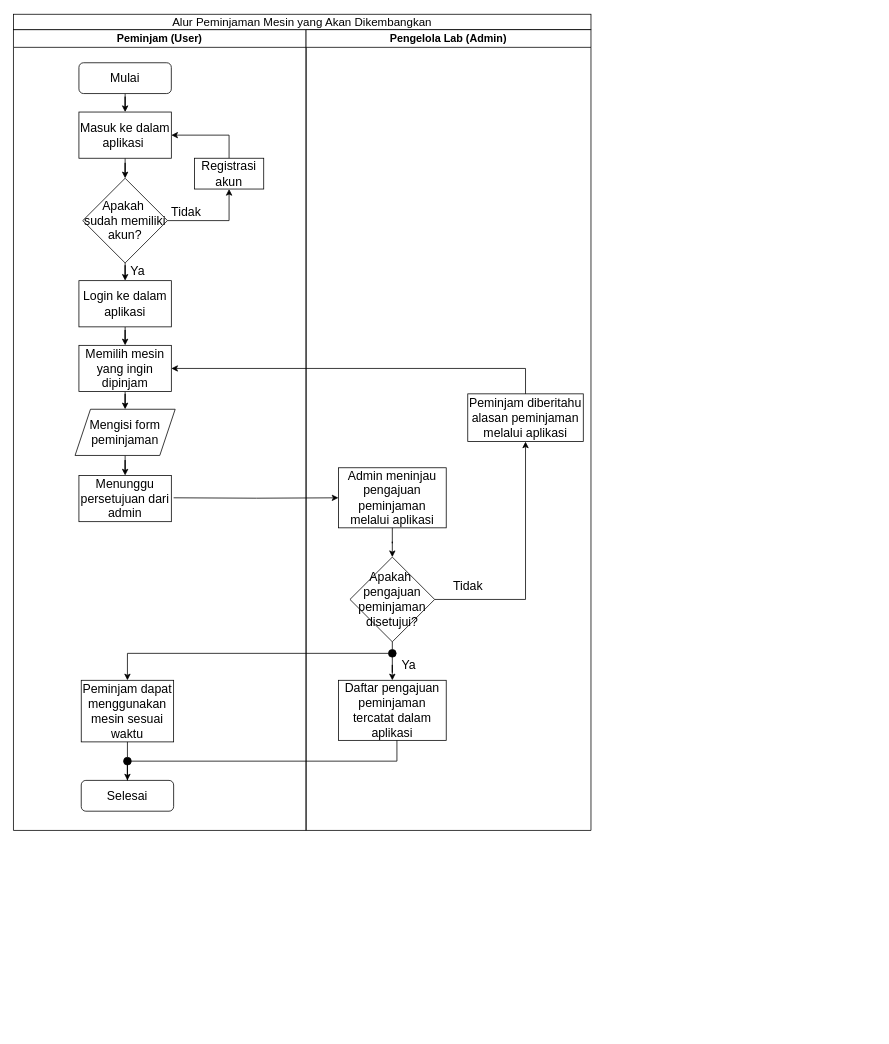
The draw.io diagram page "Alur Peminjaman Mesin yang Akan Dikembangkan" (8 of 12) of Diagram Aktivitas Admin.drawio.xml in murtianggraeni/TugasAkhir_Flowchart, before the edit. Source tidied: cells renumbered, new cells numbered last; positions are measured from the earlier drawing's top-left corner, leaving out a move shared by most shapes. Both pictures are drawn from the tidied source at 77%, with x=0, y=0 at pixel (13, 14).
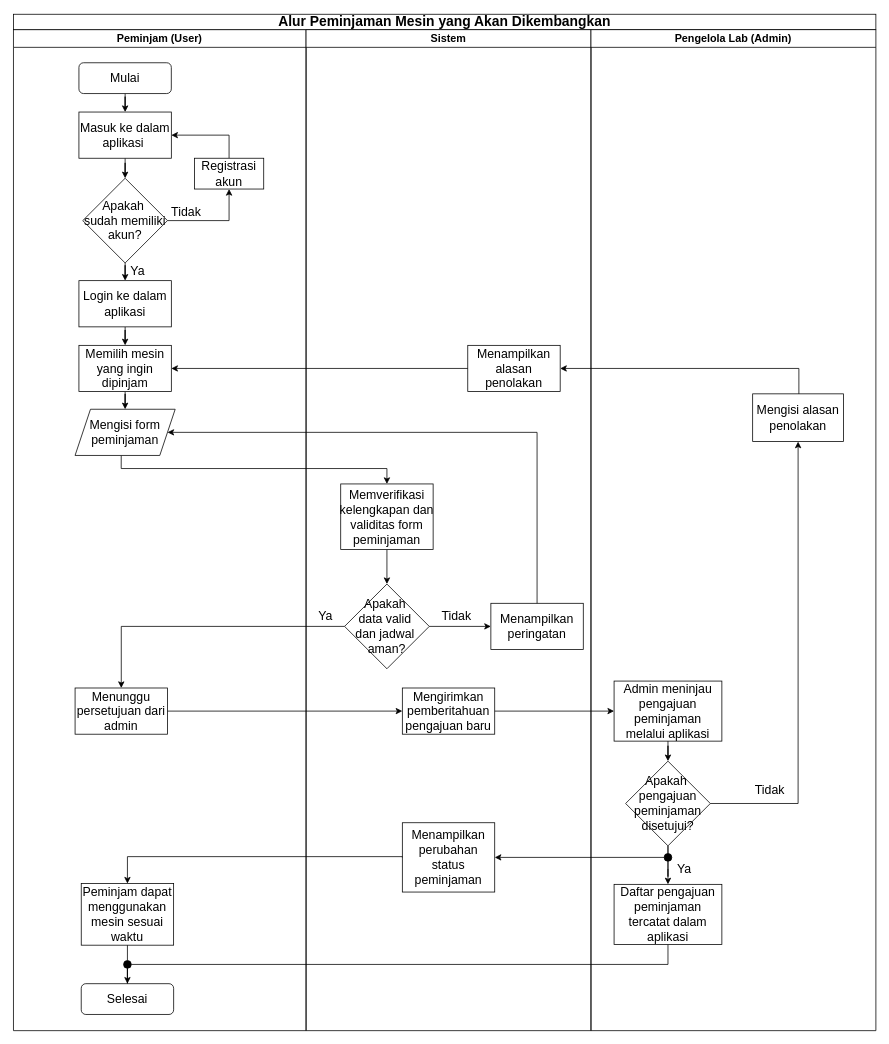
The same page after the edit.

Unchanged cells that the change refers to:
```xml
<mxCell id="17" value="&lt;span style=&quot;font-size: 16px;&quot;&gt;Memilih mesin yang ingin dipinjam&lt;/span&gt;" style="rounded=0;whiteSpace=wrap;html=1;" parent="2" vertex="1">
  <mxGeometry x="85" y="410" width="120" height="60" as="geometry" />
</mxCell>
<mxCell id="19" value="&lt;font style=&quot;font-size: 16px;&quot; face=&quot;Helvetica&quot;&gt;Mengisi form peminjaman&lt;/font&gt;" style="shape=parallelogram;perimeter=parallelogramPerimeter;whiteSpace=wrap;html=1;fixedSize=1;" parent="2" vertex="1">
  <mxGeometry x="80" y="493" width="130" height="60" as="geometry" />
</mxCell>
```

Change to the diagram source:
```diff
@@
     <mxCell id="2" value="&lt;font style=&quot;font-size: 14px;&quot;&gt;Peminjam (User)&lt;/font&gt;" style="swimlane;whiteSpace=wrap;html=1;" parent="1" vertex="1">
-      <mxGeometry y="20" width="380" height="1040" as="geometry" />
+      <mxGeometry y="20" width="380" height="1300" as="geometry" />
     </mxCell>
@@
-    <mxCell id="18" style="edgeStyle=orthogonalEdgeStyle;rounded=0;jettySize=auto;html=1;" parent="2" edge="1" source="19" target="20">
-      <mxGeometry relative="1" as="geometry" />
-    </mxCell>
@@
-    <mxCell id="20" value="&lt;font style=&quot;font-size: 16px;&quot;&gt;Menunggu persetujuan dari admin&lt;/font&gt;" style="rounded=0;whiteSpace=wrap;html=1;" parent="2" vertex="1">
-      <mxGeometry x="85" y="579" width="120" height="60" as="geometry" />
-    </mxCell>
-    <mxCell id="21" value="&lt;font style=&quot;font-size: 15px;&quot;&gt;Alur Peminjaman Mesin yang Akan Dikembangkan&lt;/font&gt;" style="rounded=0;whiteSpace=wrap;html=1;" parent="1" vertex="1">
-      <mxGeometry width="750" height="20" as="geometry" />
+    <mxCell id="21" value="&lt;font style=&quot;font-size: 18px;&quot;&gt;&lt;b style=&quot;&quot;&gt;Alur Peminjaman Mesin yang Akan Dikembangkan&lt;/b&gt;&lt;/font&gt;" style="rounded=0;whiteSpace=wrap;html=1;" parent="1" vertex="1">
+      <mxGeometry width="1120" height="20" as="geometry" />
     </mxCell>
-    <mxCell id="22" value="&lt;span style=&quot;font-size: 14px;&quot;&gt;Pengelola Lab (Admin)&lt;/span&gt;" style="swimlane;whiteSpace=wrap;html=1;" parent="1" vertex="1">
-      <mxGeometry x="380" y="20" width="370" height="1040" as="geometry" />
+    <mxCell id="22" value="&lt;span style=&quot;font-size: 14px;&quot;&gt;Sistem&lt;/span&gt;" style="swimlane;whiteSpace=wrap;html=1;" parent="1" vertex="1">
+      <mxGeometry x="380" y="20" width="370" height="1300" as="geometry" />
     </mxCell>
+    <mxCell id="43" style="edgeStyle=orthogonalEdgeStyle;rounded=0;jettySize=auto;html=1;" parent="22" edge="1" source="44" target="47">
+      <mxGeometry relative="1" as="geometry" />
+    </mxCell>
+    <mxCell id="44" value="&lt;font style=&quot;font-size: 16px;&quot;&gt;Memverifikasi kelengkapan&amp;nbsp;dan validitas form peminjaman&lt;/font&gt;" style="rounded=0;whiteSpace=wrap;html=1;" parent="22" vertex="1">
+      <mxGeometry x="45" y="590" width="120" height="85" as="geometry" />
+    </mxCell>
+    <mxCell id="45" style="edgeStyle=orthogonalEdgeStyle;rounded=0;jettySize=auto;html=1;" parent="22" edge="1" source="47" target="48">
+      <mxGeometry relative="1" as="geometry" />
+    </mxCell>
+    <mxCell id="46" value="&lt;font style=&quot;font-size: 16px;&quot;&gt;Tidak&lt;/font&gt;" style="edgeLabel;html=1;align=center;verticalAlign=middle;" parent="45" vertex="1">
+      <mxGeometry x="-0.15" y="-1" relative="1" as="geometry">
+        <mxPoint y="-16" as="offset" />
+      </mxGeometry>
+    </mxCell>
+    <mxCell id="47" value="&lt;font style=&quot;font-size: 16px;&quot;&gt;Apakah&amp;nbsp;&lt;/font&gt;&lt;div&gt;&lt;font style=&quot;font-size: 16px;&quot;&gt;data valid&amp;nbsp;&lt;/font&gt;&lt;/div&gt;&lt;div&gt;&lt;font style=&quot;font-size: 16px;&quot;&gt;dan jadwal&amp;nbsp;&lt;/font&gt;&lt;/div&gt;&lt;div&gt;&lt;font style=&quot;font-size: 16px;&quot;&gt;aman?&lt;/font&gt;&lt;/div&gt;" style="rhombus;whiteSpace=wrap;html=1;" parent="22" vertex="1">
+      <mxGeometry x="50" y="720" width="110" height="110" as="geometry" />
+    </mxCell>
+    <mxCell id="48" value="&lt;font style=&quot;font-size: 16px;&quot;&gt;Menampilkan peringatan&lt;/font&gt;" style="whiteSpace=wrap;html=1;" parent="22" vertex="1">
+      <mxGeometry x="240" y="745" width="120" height="60" as="geometry" />
+    </mxCell>
+    <mxCell id="49" value="&lt;span style=&quot;font-size: 16px;&quot;&gt;Menampilkan alasan penolakan&lt;/span&gt;" style="whiteSpace=wrap;html=1;" parent="22" vertex="1">
+      <mxGeometry x="210" y="410" width="120" height="60" as="geometry" />
+    </mxCell>
+    <mxCell id="20" value="&lt;font style=&quot;font-size: 16px;&quot;&gt;Menunggu persetujuan dari admin&lt;/font&gt;" style="rounded=0;whiteSpace=wrap;html=1;" parent="22" vertex="1">
+      <mxGeometry x="-300" y="855" width="120" height="60" as="geometry" />
+    </mxCell>
+    <mxCell id="50" style="edgeStyle=orthogonalEdgeStyle;rounded=0;jettySize=auto;html=1;entryX=0;entryY=0.5;entryDx=0;entryDy=0;" parent="22" edge="1" source="20" target="53">
+      <mxGeometry relative="1" as="geometry" />
+    </mxCell>
+    <mxCell id="51" style="edgeStyle=orthogonalEdgeStyle;rounded=0;jettySize=auto;html=1;entryX=0.5;entryY=0;entryDx=0;entryDy=0;" parent="22" edge="1" source="47" target="20">
+      <mxGeometry relative="1" as="geometry">
+        <Array as="points">
+          <mxPoint x="-240" y="775" />
+        </Array>
+      </mxGeometry>
+    </mxCell>
+    <mxCell id="52" value="&lt;font style=&quot;font-size: 16px;&quot;&gt;Ya&lt;/font&gt;" style="edgeLabel;html=1;align=center;verticalAlign=middle;" parent="51" vertex="1">
+      <mxGeometry x="-0.86" y="1" relative="1" as="geometry">
+        <mxPoint y="-16" as="offset" />
+      </mxGeometry>
+    </mxCell>
+    <mxCell id="53" value="&lt;font style=&quot;font-size: 16px;&quot;&gt;Mengirimkan pemberitahuan pengajuan baru&lt;/font&gt;" style="rounded=0;whiteSpace=wrap;html=1;" parent="22" vertex="1">
+      <mxGeometry x="125" y="855" width="120" height="60" as="geometry" />
+    </mxCell>
+    <mxCell id="54" value="&lt;font style=&quot;font-size: 16px;&quot;&gt;Menampilkan perubahan status peminjaman&lt;/font&gt;" style="rounded=0;whiteSpace=wrap;html=1;" parent="22" vertex="1">
+      <mxGeometry x="125" y="1030" width="120" height="90" as="geometry" />
+    </mxCell>
+    <mxCell id="42" style="edgeStyle=orthogonalEdgeStyle;rounded=0;jettySize=auto;html=1;entryX=1;entryY=0.5;entryDx=0;entryDy=0;" parent="1" edge="1" source="49" target="17">
+      <mxGeometry relative="1" as="geometry" />
+    </mxCell>
+    <mxCell id="55" value="&lt;span style=&quot;font-size: 14px;&quot;&gt;Pengelola Lab (Admin)&lt;/span&gt;" style="swimlane;whiteSpace=wrap;html=1;" parent="1" vertex="1">
+      <mxGeometry x="750" y="20" width="370" height="1300" as="geometry" />
+    </mxCell>
-    <mxCell id="23" value="&lt;span style=&quot;font-size: 16px;&quot;&gt;Peminjam diberitahu alasan peminjaman melalui aplikasi&lt;/span&gt;" style="rounded=0;whiteSpace=wrap;html=1;align=center;" parent="22" vertex="1">
-      <mxGeometry x="210" y="473" width="150" height="62" as="geometry" />
+    <mxCell id="23" value="&lt;span style=&quot;font-size: 16px;&quot;&gt;Mengisi alasan penolakan&lt;/span&gt;" style="rounded=0;whiteSpace=wrap;html=1;align=center;" parent="55" vertex="1">
+      <mxGeometry x="210" y="473" width="118" height="62" as="geometry" />
     </mxCell>
-    <mxCell id="24" style="edgeStyle=orthogonalEdgeStyle;rounded=0;jettySize=auto;html=1;" parent="22" edge="1" target="25">
-      <mxGeometry relative="1" as="geometry">
-        <mxPoint x="-172" y="608" as="sourcePoint" />
-      </mxGeometry>
-    </mxCell>
-    <mxCell id="25" value="&lt;span style=&quot;font-size: 16px;&quot;&gt;Admin meninjau pengajuan peminjaman melalui aplikasi&lt;/span&gt;" style="rounded=0;whiteSpace=wrap;html=1;" parent="22" vertex="1">
-      <mxGeometry x="42" y="569" width="140" height="78" as="geometry" />
+    <mxCell id="25" value="&lt;span style=&quot;font-size: 16px;&quot;&gt;Admin meninjau pengajuan peminjaman melalui aplikasi&lt;/span&gt;" style="rounded=0;whiteSpace=wrap;html=1;" parent="55" vertex="1">
+      <mxGeometry x="30" y="846" width="140" height="78" as="geometry" />
     </mxCell>
-    <mxCell id="26" style="edgeStyle=orthogonalEdgeStyle;rounded=0;jettySize=auto;html=1;" parent="22" edge="1" source="25" target="27">
+    <mxCell id="26" style="edgeStyle=orthogonalEdgeStyle;rounded=0;jettySize=auto;html=1;" parent="55" edge="1" source="25" target="27">
       <mxGeometry relative="1" as="geometry" />
     </mxCell>
-    <mxCell id="27" value="&lt;font style=&quot;font-size: 16px;&quot;&gt;Apakah&amp;nbsp;&lt;/font&gt;&lt;div&gt;&lt;font style=&quot;font-size: 16px;&quot;&gt;pengajuan peminjaman disetujui?&lt;/font&gt;&lt;/div&gt;" style="rhombus;whiteSpace=wrap;html=1;" parent="22" vertex="1">
-      <mxGeometry x="57" y="685" width="110" height="110" as="geometry" />
+    <mxCell id="27" value="&lt;font style=&quot;font-size: 16px;&quot;&gt;Apakah&amp;nbsp;&lt;/font&gt;&lt;div&gt;&lt;font style=&quot;font-size: 16px;&quot;&gt;pengajuan peminjaman disetujui?&lt;/font&gt;&lt;/div&gt;" style="rhombus;whiteSpace=wrap;html=1;" parent="55" vertex="1">
+      <mxGeometry x="45" y="950" width="110" height="110" as="geometry" />
     </mxCell>
+    <mxCell id="31" value="&lt;span style=&quot;font-size: 16px;&quot;&gt;Peminjam dapat menggunakan mesin sesuai waktu&lt;/span&gt;" style="rounded=0;whiteSpace=wrap;html=1;" parent="55" vertex="1">
+      <mxGeometry x="-662" y="1109" width="120" height="80" as="geometry" />
+    </mxCell>
+    <mxCell id="33" style="edgeStyle=orthogonalEdgeStyle;rounded=0;jettySize=auto;html=1;entryX=1;entryY=0.5;entryDx=0;entryDy=0;endArrow=none;endFill=0;" parent="55" edge="1" source="32" target="39">
+      <mxGeometry relative="1" as="geometry">
+        <Array as="points">
+          <mxPoint x="100" y="1214" />
+        </Array>
+      </mxGeometry>
+    </mxCell>
+    <mxCell id="32" value="&lt;span style=&quot;font-size: 16px;&quot;&gt;Daftar pengajuan peminjaman tercatat dalam aplikasi&lt;/span&gt;" style="rounded=0;whiteSpace=wrap;html=1;" parent="55" vertex="1">
+      <mxGeometry x="30" y="1110" width="140" height="78" as="geometry" />
+    </mxCell>
+    <mxCell id="37" style="ellipse;whiteSpace=wrap;html=1;fillColor=#000000;" parent="55" vertex="1">
+      <mxGeometry x="95" y="1070" width="10" height="10" as="geometry" />
+    </mxCell>
+    <mxCell id="35" style="edgeStyle=orthogonalEdgeStyle;rounded=0;jettySize=auto;html=1;" parent="55" edge="1" source="37" target="32">
+      <mxGeometry relative="1" as="geometry" />
+    </mxCell>
+    <mxCell id="36" value="&lt;font style=&quot;font-size: 16px;&quot;&gt;Ya&lt;/font&gt;" style="edgeLabel;html=1;align=center;verticalAlign=middle;" parent="35" vertex="1">
+      <mxGeometry x="-0.65" y="1" relative="1" as="geometry">
+        <mxPoint x="19" as="offset" />
+      </mxGeometry>
+    </mxCell>
+    <mxCell id="41" style="edgeStyle=orthogonalEdgeStyle;rounded=0;jettySize=auto;html=1;endArrow=none;endFill=0;" parent="55" edge="1" target="37">
+      <mxGeometry relative="1" as="geometry">
+        <mxPoint x="100" y="1090" as="sourcePoint" />
+        <Array as="points">
+          <mxPoint x="100" y="1060" />
+          <mxPoint x="100" y="1060" />
+        </Array>
+      </mxGeometry>
+    </mxCell>
+    <mxCell id="39" style="ellipse;whiteSpace=wrap;html=1;fillColor=#000000;" parent="55" vertex="1">
+      <mxGeometry x="-607" y="1209" width="10" height="10" as="geometry" />
+    </mxCell>
+    <mxCell id="38" style="edgeStyle=orthogonalEdgeStyle;rounded=0;jettySize=auto;html=1;endArrow=none;endFill=0;" parent="55" edge="1" source="31">
+      <mxGeometry relative="1" as="geometry">
+        <mxPoint x="-602" y="1209" as="targetPoint" />
+      </mxGeometry>
+    </mxCell>
+    <mxCell id="40" style="edgeStyle=orthogonalEdgeStyle;rounded=0;jettySize=auto;html=1;" parent="55" edge="1" source="39" target="34">
+      <mxGeometry relative="1" as="geometry" />
+    </mxCell>
+    <mxCell id="34" value="&lt;span style=&quot;font-size: 16px;&quot;&gt;Selesai&lt;/span&gt;" style="rounded=1;whiteSpace=wrap;html=1;" parent="55" vertex="1">
+      <mxGeometry x="-662" y="1239" width="120" height="40" as="geometry" />
+    </mxCell>
-    <mxCell id="28" style="edgeStyle=orthogonalEdgeStyle;rounded=0;jettySize=auto;html=1;entryX=0.5;entryY=1;entryDx=0;entryDy=0;" parent="22" edge="1" source="27" target="23">
+    <mxCell id="28" style="edgeStyle=orthogonalEdgeStyle;rounded=0;jettySize=auto;html=1;entryX=0.5;entryY=1;entryDx=0;entryDy=0;" parent="55" edge="1" source="27" target="23">
       <mxGeometry relative="1" as="geometry">
         <Array as="points">
-          <mxPoint x="285" y="740" />
+          <mxPoint x="269" y="1005" />
         </Array>
       </mxGeometry>
     </mxCell>
@@
+    <mxCell id="56" style="edgeStyle=orthogonalEdgeStyle;rounded=0;jettySize=auto;html=1;entryX=0.5;entryY=0;entryDx=0;entryDy=0;exitX=0.461;exitY=1.006;exitDx=0;exitDy=0;exitPerimeter=0;" parent="1" edge="1" source="19" target="44">
+      <mxGeometry relative="1" as="geometry">
+        <Array as="points">
+          <mxPoint x="140" y="590" />
+          <mxPoint x="485" y="590" />
+        </Array>
+      </mxGeometry>
+    </mxCell>
+    <mxCell id="57" style="edgeStyle=orthogonalEdgeStyle;rounded=0;jettySize=auto;html=1;entryX=1;entryY=0.5;entryDx=0;entryDy=0;" parent="1" edge="1" source="23" target="49">
+      <mxGeometry relative="1" as="geometry">
+        <Array as="points">
+          <mxPoint x="1020" y="460" />
+        </Array>
+      </mxGeometry>
+    </mxCell>
+    <mxCell id="24" style="edgeStyle=orthogonalEdgeStyle;rounded=0;jettySize=auto;html=1;" parent="1" edge="1" source="53" target="25">
+      <mxGeometry relative="1" as="geometry" />
+    </mxCell>
-    <mxCell id="30" style="edgeStyle=orthogonalEdgeStyle;rounded=0;jettySize=auto;html=1;entryX=0.5;entryY=0;entryDx=0;entryDy=0;exitX=0;exitY=0.5;exitDx=0;exitDy=0;" parent="22" edge="1" source="37" target="31">
+    <mxCell id="30" style="edgeStyle=orthogonalEdgeStyle;rounded=0;jettySize=auto;html=1;entryX=0.5;entryY=0;entryDx=0;entryDy=0;exitX=0;exitY=0.5;exitDx=0;exitDy=0;" parent="1" edge="1" source="54" target="31">
       <mxGeometry relative="1" as="geometry">
         <Array as="points">
-          <mxPoint x="-232" y="810" />
+          <mxPoint x="148" y="1094" />
         </Array>
       </mxGeometry>
     </mxCell>
-    <mxCell id="31" value="&lt;span style=&quot;font-size: 16px;&quot;&gt;Peminjam dapat menggunakan mesin sesuai waktu&lt;/span&gt;" style="rounded=0;whiteSpace=wrap;html=1;" parent="22" vertex="1">
-      <mxGeometry x="-292" y="845" width="120" height="80" as="geometry" />
-    </mxCell>
-    <mxCell id="32" value="&lt;span style=&quot;font-size: 16px;&quot;&gt;Daftar pengajuan peminjaman tercatat dalam aplikasi&lt;/span&gt;" style="rounded=0;whiteSpace=wrap;html=1;" parent="22" vertex="1">
-      <mxGeometry x="42" y="845" width="140" height="78" as="geometry" />
-    </mxCell>
-    <mxCell id="33" style="edgeStyle=orthogonalEdgeStyle;rounded=0;jettySize=auto;html=1;entryX=1;entryY=0.5;entryDx=0;entryDy=0;endArrow=none;endFill=0;" parent="22" edge="1" source="32" target="39">
-      <mxGeometry relative="1" as="geometry">
-        <Array as="points">
-          <mxPoint x="118" y="950" />
-        </Array>
-      </mxGeometry>
-    </mxCell>
-    <mxCell id="34" value="&lt;span style=&quot;font-size: 16px;&quot;&gt;Selesai&lt;/span&gt;" style="rounded=1;whiteSpace=wrap;html=1;" parent="22" vertex="1">
-      <mxGeometry x="-292" y="975" width="120" height="40" as="geometry" />
-    </mxCell>
-    <mxCell id="35" style="edgeStyle=orthogonalEdgeStyle;rounded=0;jettySize=auto;html=1;" parent="22" edge="1" source="37" target="32">
-      <mxGeometry relative="1" as="geometry" />
-    </mxCell>
-    <mxCell id="36" value="&lt;font style=&quot;font-size: 16px;&quot;&gt;Ya&lt;/font&gt;" style="edgeLabel;html=1;align=center;verticalAlign=middle;" parent="35" vertex="1">
-      <mxGeometry x="-0.65" y="1" relative="1" as="geometry">
-        <mxPoint x="19" as="offset" />
-      </mxGeometry>
-    </mxCell>
-    <mxCell id="37" style="ellipse;whiteSpace=wrap;html=1;fillColor=#000000;" parent="22" vertex="1">
-      <mxGeometry x="107" y="805" width="10" height="10" as="geometry" />
-    </mxCell>
-    <mxCell id="38" style="edgeStyle=orthogonalEdgeStyle;rounded=0;jettySize=auto;html=1;endArrow=none;endFill=0;" parent="22" edge="1" source="31">
-      <mxGeometry relative="1" as="geometry">
-        <mxPoint x="-232" y="945" as="targetPoint" />
-      </mxGeometry>
-    </mxCell>
-    <mxCell id="39" style="ellipse;whiteSpace=wrap;html=1;fillColor=#000000;" parent="22" vertex="1">
-      <mxGeometry x="-237" y="945" width="10" height="10" as="geometry" />
-    </mxCell>
-    <mxCell id="40" style="edgeStyle=orthogonalEdgeStyle;rounded=0;jettySize=auto;html=1;" parent="22" edge="1" source="39" target="34">
-      <mxGeometry relative="1" as="geometry" />
-    </mxCell>
-    <mxCell id="41" style="edgeStyle=orthogonalEdgeStyle;rounded=0;jettySize=auto;html=1;endArrow=none;endFill=0;" parent="22" edge="1" source="27" target="37">
-      <mxGeometry relative="1" as="geometry">
-        <Array as="points">
-          <mxPoint x="112" y="795" />
-          <mxPoint x="112" y="795" />
-        </Array>
-      </mxGeometry>
-    </mxCell>
-    <mxCell id="42" style="edgeStyle=orthogonalEdgeStyle;rounded=0;jettySize=auto;html=1;entryX=1;entryY=0.5;entryDx=0;entryDy=0;" parent="1" edge="1" source="23" target="17">
-      <mxGeometry relative="1" as="geometry">
-        <Array as="points">
-          <mxPoint x="665" y="460" />
-        </Array>
-      </mxGeometry>
-    </mxCell>
+    <mxCell id="58" style="edgeStyle=orthogonalEdgeStyle;rounded=0;jettySize=auto;html=1;entryX=1;entryY=0.5;entryDx=0;entryDy=0;exitX=0;exitY=0.5;exitDx=0;exitDy=0;" parent="1" edge="1" source="37" target="54">
+      <mxGeometry relative="1" as="geometry" />
+    </mxCell>
+    <mxCell id="59" style="edgeStyle=orthogonalEdgeStyle;rounded=0;jettySize=auto;html=1;entryX=1;entryY=0.5;entryDx=0;entryDy=0;" parent="1" edge="1" source="48" target="19">
+      <mxGeometry relative="1" as="geometry">
+        <Array as="points">
+          <mxPoint x="680" y="543" />
+        </Array>
+      </mxGeometry>
+    </mxCell>
```
